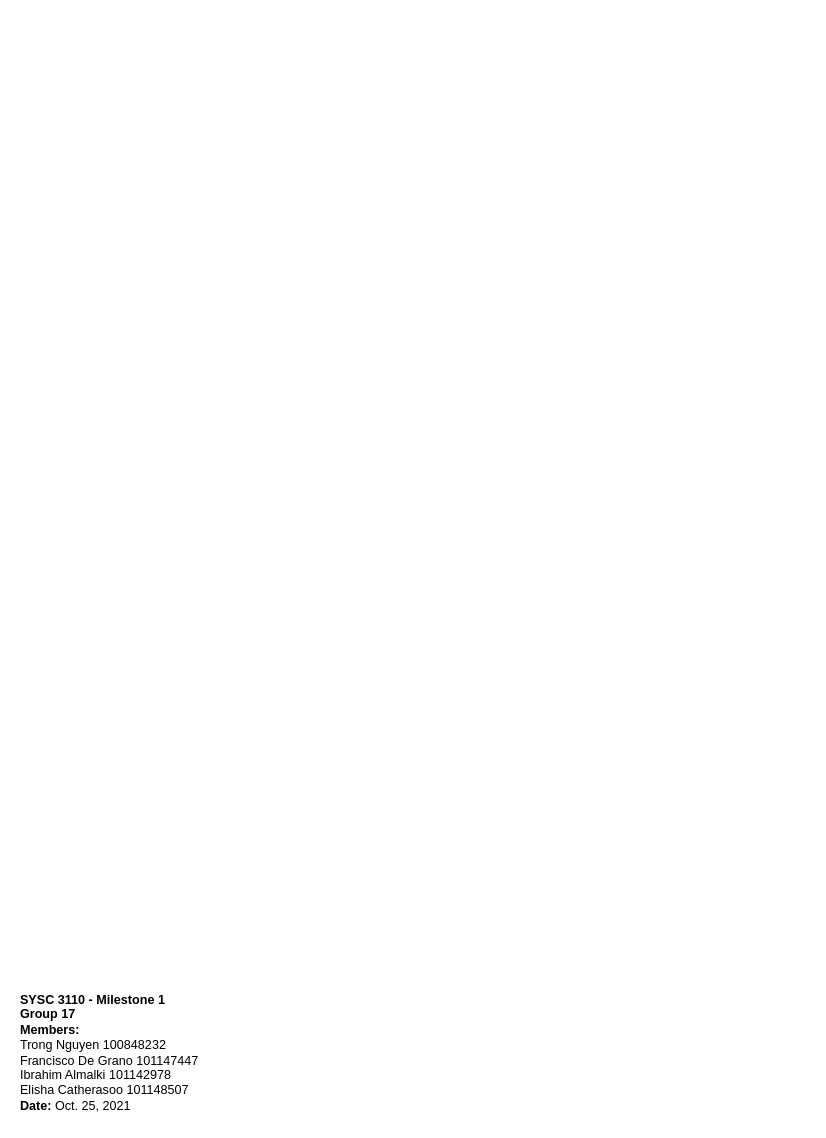
Above: page "SequenceUML_3" (4 of 5) of M1_ClassUML.drawio in trong0dn/monopoly (draw.io), before the change. Source tidied: cells renumbered, new cells numbered last; positions are measured from the earlier drawing's top-left corner, leaving out a move shared by most shapes. Both pictures are drawn from the tidied source at 105%, with x=0, y=0 at pixel (18, 984).
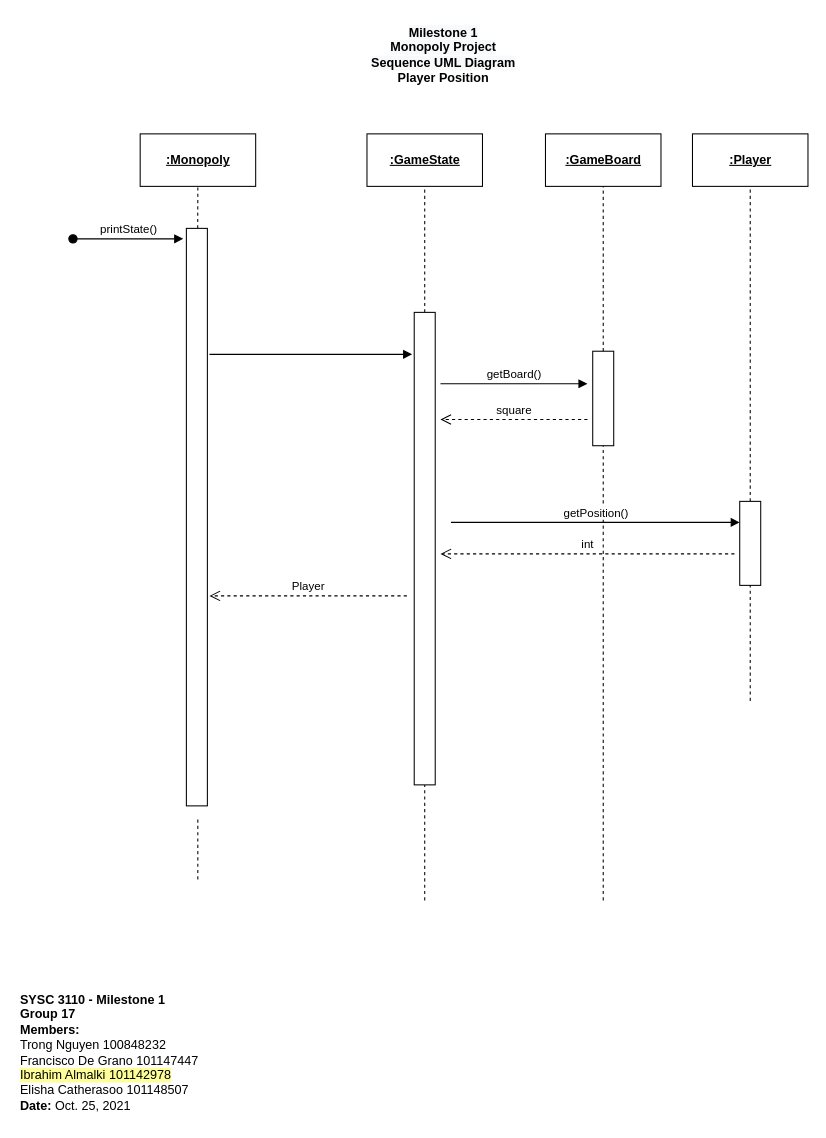
The same diagram, later.

Commit message (it also covers changes not shown here):
eebro sequence diagram

What changed in the source:
```diff
@@
-    <mxCell id="2" value="&lt;b&gt;SYSC 3110 - Milestone 1&lt;/b&gt;&lt;br&gt;&lt;b&gt;Group 17&lt;/b&gt;&lt;br&gt;&lt;b&gt;Members:&lt;/b&gt;&lt;br&gt;Trong Nguyen 100848232 &lt;br&gt;Francisco De Grano 101147447 &lt;br&gt;Ibrahim Almalki 101142978 &lt;br&gt;Elisha Catherasoo 101148507&lt;br&gt;&lt;b&gt;Date: &lt;/b&gt;Oct. 25, 2021" style="text;html=1;strokeColor=none;fillColor=none;align=left;verticalAlign=middle;whiteSpace=wrap;rounded=0;" parent="1" vertex="1">
+    <mxCell id="2" value="&lt;b&gt;SYSC 3110 - Milestone 1&lt;/b&gt;&lt;br&gt;&lt;b&gt;Group 17&lt;/b&gt;&lt;br&gt;&lt;b&gt;Members:&lt;/b&gt;&lt;br&gt;Trong Nguyen 100848232 &lt;br&gt;Francisco De Grano 101147447 &lt;br&gt;&lt;span style=&quot;background-color: rgb(255 , 255 , 153)&quot;&gt;Ibrahim Almalki 101142978 &lt;br&gt;&lt;/span&gt;Elisha Catherasoo 101148507&lt;br&gt;&lt;b&gt;Date: &lt;/b&gt;Oct. 25, 2021" style="text;html=1;strokeColor=none;fillColor=none;align=left;verticalAlign=middle;whiteSpace=wrap;rounded=0;" parent="1" vertex="1">
       <mxGeometry width="200" height="130" as="geometry" />
     </mxCell>
+    <mxCell id="3" value="&lt;b style=&quot;color: rgb(0 , 0 , 0) ; font-family: &amp;#34;helvetica&amp;#34; ; font-size: 12px ; font-style: normal ; letter-spacing: normal ; text-indent: 0px ; text-transform: none ; word-spacing: 0px ; background-color: rgb(248 , 249 , 250)&quot;&gt;Milestone 1&lt;br&gt;Monopoly Project&lt;br&gt;Sequence UML Diagram&lt;br&gt;&lt;div&gt;&lt;b&gt;Player Position&lt;/b&gt;&lt;/div&gt;&lt;/b&gt;" style="text;whiteSpace=wrap;html=1;align=center;" parent="1" vertex="1">
+      <mxGeometry x="325" y="-920" width="160" height="70" as="geometry" />
+    </mxCell>
+    <mxCell id="4" value="&lt;b&gt;&lt;u&gt;:Monopoly&lt;/u&gt;&lt;/b&gt;" style="html=1;align=center;" parent="1" vertex="1">
+      <mxGeometry x="116" y="-810" width="110" height="50" as="geometry" />
+    </mxCell>
+    <mxCell id="5" style="endArrow=none;dashed=1;html=1;rounded=0;" parent="1" edge="1" source="7" target="4">
+      <mxGeometry relative="1" as="geometry" />
+    </mxCell>
+    <mxCell id="6" style="endArrow=none;dashed=1;html=1;rounded=0;" parent="1" edge="1">
+      <mxGeometry relative="1" as="geometry">
+        <mxPoint x="170.9" y="-100" as="sourcePoint" />
+        <mxPoint x="170.9" y="-160" as="targetPoint" />
+      </mxGeometry>
+    </mxCell>
+    <mxCell id="7" style="rounded=0;whiteSpace=wrap;html=1;align=left;" parent="1" vertex="1">
+      <mxGeometry x="160" y="-720" width="20" height="550" as="geometry" />
+    </mxCell>
+    <mxCell id="8" value="printState()" style="html=1;verticalAlign=bottom;startArrow=oval;startFill=1;endArrow=block;startSize=8;rounded=0;" parent="1" edge="1">
+      <mxGeometry relative="1" as="geometry">
+        <mxPoint x="52" y="-710" as="sourcePoint" />
+        <mxPoint x="157" y="-710" as="targetPoint" />
+      </mxGeometry>
+    </mxCell>
+    <mxCell id="9" style="rounded=0;whiteSpace=wrap;html=1;align=left;" parent="1" vertex="1">
+      <mxGeometry x="547" y="-603" width="20" height="90" as="geometry" />
+    </mxCell>
+    <mxCell id="10" value="&lt;b&gt;&lt;u&gt;:GameBoard&lt;/u&gt;&lt;/b&gt;" style="html=1;align=center;" parent="1" vertex="1">
+      <mxGeometry x="502" y="-810" width="110" height="50" as="geometry" />
+    </mxCell>
+    <mxCell id="11" style="endArrow=none;dashed=1;html=1;rounded=0;" parent="1" edge="1" source="9" target="10">
+      <mxGeometry relative="1" as="geometry" />
+    </mxCell>
+    <mxCell id="12" value="getBoard()" style="html=1;verticalAlign=bottom;endArrow=block;rounded=0;" parent="1" edge="1">
+      <mxGeometry relative="1" as="geometry">
+        <mxPoint x="402" y="-572" as="sourcePoint" />
+        <mxPoint x="542" y="-572" as="targetPoint" />
+      </mxGeometry>
+    </mxCell>
+    <mxCell id="13" value="square" style="html=1;verticalAlign=bottom;endArrow=open;dashed=1;endSize=8;rounded=0;" parent="1" edge="1">
+      <mxGeometry relative="1" as="geometry">
+        <mxPoint x="542" y="-538" as="sourcePoint" />
+        <mxPoint x="402" y="-538" as="targetPoint" />
+      </mxGeometry>
+    </mxCell>
+    <mxCell id="14" style="endArrow=none;dashed=1;html=1;rounded=0;" parent="1" edge="1" target="9">
+      <mxGeometry relative="1" as="geometry">
+        <mxPoint x="557" y="-80" as="sourcePoint" />
+      </mxGeometry>
+    </mxCell>
+    <mxCell id="15" value="&lt;b&gt;&lt;u&gt;:Player&lt;/u&gt;&lt;/b&gt;" style="html=1;align=center;" parent="1" vertex="1">
+      <mxGeometry x="642" y="-810" width="110" height="50" as="geometry" />
+    </mxCell>
+    <mxCell id="16" style="endArrow=none;dashed=1;html=1;rounded=0;exitX=0.5;exitY=0;exitDx=0;exitDy=0;" parent="1" edge="1" source="17">
+      <mxGeometry relative="1" as="geometry">
+        <mxPoint x="697" y="-760" as="targetPoint" />
+      </mxGeometry>
+    </mxCell>
+    <mxCell id="17" style="rounded=0;whiteSpace=wrap;html=1;align=left;" parent="1" vertex="1">
+      <mxGeometry x="687" y="-460" width="20" height="80" as="geometry" />
+    </mxCell>
+    <mxCell id="18" value="getPosition()" style="html=1;verticalAlign=bottom;endArrow=block;rounded=0;entryX=0;entryY=0.25;entryDx=0;entryDy=0;" parent="1" edge="1" target="17">
+      <mxGeometry relative="1" as="geometry">
+        <mxPoint x="412" y="-440" as="sourcePoint" />
+      </mxGeometry>
+    </mxCell>
+    <mxCell id="19" style="endArrow=none;dashed=1;html=1;rounded=0;" parent="1" edge="1" target="20">
+      <mxGeometry relative="1" as="geometry">
+        <mxPoint x="387" y="-80" as="sourcePoint" />
+      </mxGeometry>
+    </mxCell>
+    <mxCell id="20" style="rounded=0;whiteSpace=wrap;html=1;align=left;" parent="1" vertex="1">
+      <mxGeometry x="377" y="-640" width="20" height="450" as="geometry" />
+    </mxCell>
+    <mxCell id="21" value="&lt;b&gt;&lt;u&gt;:GameState&lt;/u&gt;&lt;/b&gt;" style="html=1;align=center;" parent="1" vertex="1">
+      <mxGeometry x="332" y="-810" width="110" height="50" as="geometry" />
+    </mxCell>
+    <mxCell id="22" style="endArrow=none;dashed=1;html=1;rounded=0;" parent="1" edge="1" source="20" target="21">
+      <mxGeometry relative="1" as="geometry" />
+    </mxCell>
+    <mxCell id="23" value="int" style="html=1;verticalAlign=bottom;endArrow=open;dashed=1;endSize=8;rounded=0;" parent="1" edge="1">
+      <mxGeometry relative="1" as="geometry">
+        <mxPoint x="682" y="-410" as="sourcePoint" />
+        <mxPoint x="402" y="-410" as="targetPoint" />
+      </mxGeometry>
+    </mxCell>
+    <mxCell id="24" style="html=1;verticalAlign=bottom;endArrow=block;rounded=0;" parent="1" edge="1">
+      <mxGeometry relative="1" as="geometry">
+        <mxPoint x="182" y="-600" as="sourcePoint" />
+        <mxPoint x="375" y="-600" as="targetPoint" />
+      </mxGeometry>
+    </mxCell>
+    <mxCell id="25" style="endArrow=none;dashed=1;html=1;rounded=0;" parent="1" edge="1" target="17">
+      <mxGeometry relative="1" as="geometry">
+        <mxPoint x="697" y="-270" as="sourcePoint" />
+      </mxGeometry>
+    </mxCell>
+    <mxCell id="26" value="Player" style="html=1;verticalAlign=bottom;endArrow=open;dashed=1;endSize=8;rounded=0;" parent="1" edge="1">
+      <mxGeometry relative="1" as="geometry">
+        <mxPoint x="370" y="-370" as="sourcePoint" />
+        <mxPoint x="182" y="-370" as="targetPoint" />
+      </mxGeometry>
+    </mxCell>
```
